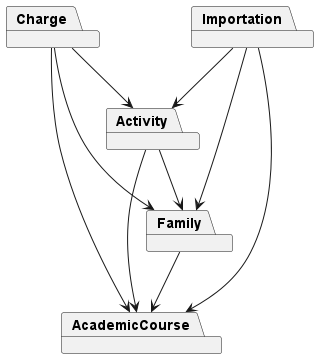
Before: doc/DomainModelDiagram/DomainModelDiagram.png, a diagram exported from PlantUML (IgnacioMaestro/ampa-manager).
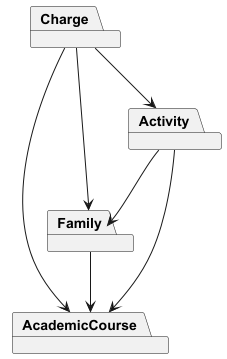
After the change.

Diff of the diagram source:
```diff
@@ -3,7 +3,6 @@
 package Family
 package Activity
 package Charge
-package Importation
 
 Charge --> Family
 Activity --> Family
@@ -11,7 +10,4 @@
 Family --> AcademicCourse
 Charge --> Activity
 Charge --> AcademicCourse
-Importation --> Activity
-Importation --> Family
-Importation --> AcademicCourse
 @enduml
```
